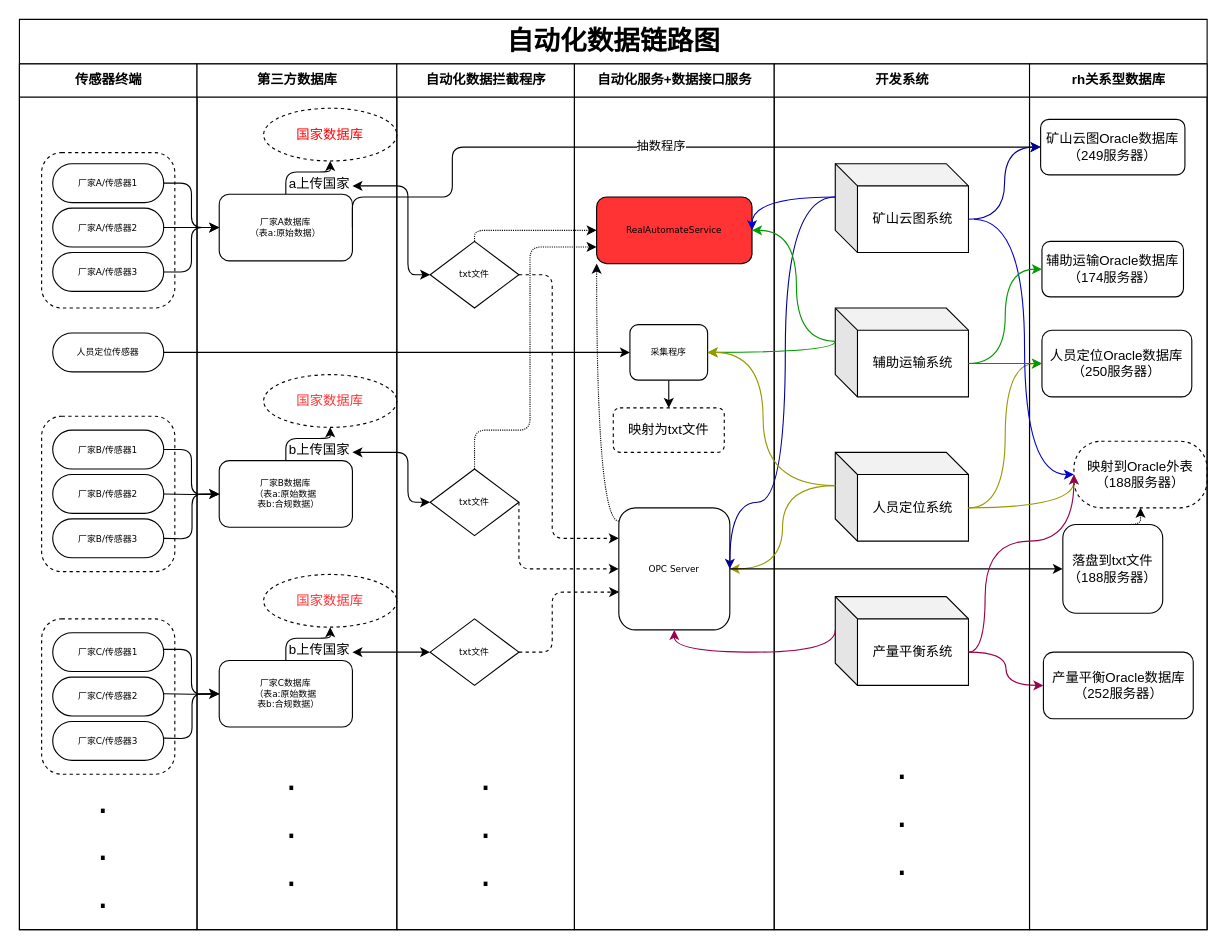
This is src/draw/自动化数据链路图.drawio from liulizhong/LearnAccumulate, a draw.io file, before an edit. Source tidied: cells renumbered, new cells numbered last; positions are measured from the earlier drawing's top-left corner, leaving out a move shared by most shapes. Both pictures are drawn from the tidied source at 111%, with x=0, y=0 at pixel (19, 19).
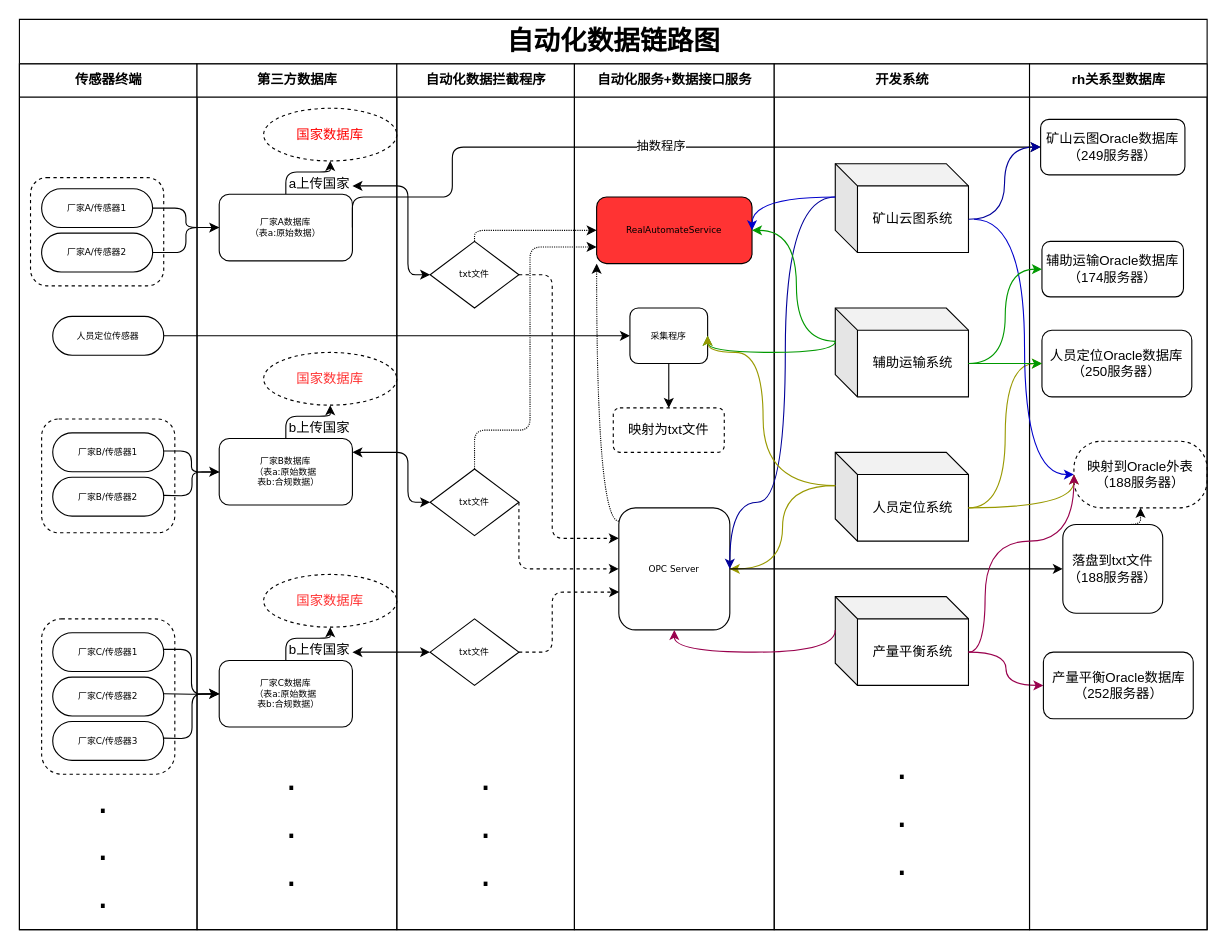
Above is the later version.

Commit message:
更新自动化数据链路图.drawio

The change refers to these unchanged cells:
```xml
<mxCell id="2" value="&lt;font style=&quot;font-size: 24px&quot;&gt;自动化数据链路图&lt;/font&gt;" style="swimlane;html=1;startSize=40;rounded=0;shadow=0;labelBackgroundColor=none;strokeWidth=1;fontFamily=Verdana;fontSize=8;align=center;fillColor=none;" parent="1" vertex="1">
  <mxGeometry width="1070" height="820" as="geometry" />
</mxCell>
<mxCell id="3" value="传感器终端" style="swimlane;html=1;startSize=30;" parent="2" vertex="1">
  <mxGeometry y="40" width="160" height="780" as="geometry" />
</mxCell>
<mxCell id="19" value="第三方数据库" style="swimlane;html=1;startSize=30;" parent="2" vertex="1">
  <mxGeometry x="160" y="40" width="180" height="780" as="geometry" />
</mxCell>
<mxCell id="21" value="厂家A数据库&lt;br&gt;（表a:原始数据）" style="rounded=1;whiteSpace=wrap;html=1;shadow=0;labelBackgroundColor=none;strokeWidth=1;fontFamily=Verdana;fontSize=8;align=center;" parent="19" vertex="1">
  <mxGeometry x="20" y="117.5" width="120" height="60" as="geometry" />
</mxCell>
<mxCell id="46" value="自动化服务+数据接口服务" style="swimlane;html=1;startSize=30;" parent="2" vertex="1">
  <mxGeometry x="500" y="40" width="180" height="780" as="geometry" />
</mxCell>
```

The edit, as a diff of the source:
```diff
@@
     <mxCell id="4" style="rounded=1;whiteSpace=wrap;html=1;shadow=0;fillColor=none;dashed=1;" parent="3" vertex="1">
-      <mxGeometry x="20" y="80" width="120" height="140" as="geometry" />
+      <mxGeometry x="10" y="102.5" width="120" height="97.5" as="geometry" />
     </mxCell>
     <mxCell id="5" style="rounded=1;whiteSpace=wrap;html=1;shadow=0;fillColor=none;dashed=1;" parent="3" vertex="1">
-      <mxGeometry x="20" y="317.5" width="120" height="140" as="geometry" />
+      <mxGeometry x="20" y="320" width="120" height="102.5" as="geometry" />
     </mxCell>
     <mxCell id="6" value="厂家A/传感器1" style="rounded=1;whiteSpace=wrap;html=1;shadow=0;labelBackgroundColor=none;strokeWidth=1;fontFamily=Verdana;fontSize=8;align=center;arcSize=50;" parent="3" vertex="1">
-      <mxGeometry x="30" y="90" width="100" height="35" as="geometry" />
+      <mxGeometry x="20" y="112.5" width="100" height="35" as="geometry" />
     </mxCell>
     <mxCell id="7" value="厂家A/传感器2" style="rounded=1;whiteSpace=wrap;html=1;shadow=0;labelBackgroundColor=none;strokeWidth=1;fontFamily=Verdana;fontSize=8;align=center;arcSize=50;" parent="3" vertex="1">
-      <mxGeometry x="30" y="130" width="100" height="35" as="geometry" />
+      <mxGeometry x="20" y="152.5" width="100" height="35" as="geometry" />
     </mxCell>
-    <mxCell id="8" value="厂家A/传感器3" style="rounded=1;whiteSpace=wrap;html=1;shadow=0;labelBackgroundColor=none;strokeWidth=1;fontFamily=Verdana;fontSize=8;align=center;arcSize=50;" parent="3" vertex="1">
-      <mxGeometry x="30" y="170" width="100" height="35" as="geometry" />
-    </mxCell>
     <mxCell id="9" value="厂家B/传感器1" style="rounded=1;whiteSpace=wrap;html=1;shadow=0;labelBackgroundColor=none;strokeWidth=1;fontFamily=Verdana;fontSize=8;align=center;arcSize=50;" parent="3" vertex="1">
-      <mxGeometry x="30" y="330" width="100" height="35" as="geometry" />
+      <mxGeometry x="30" y="332.5" width="100" height="35" as="geometry" />
     </mxCell>
     <mxCell id="10" value="厂家B/传感器2" style="rounded=1;whiteSpace=wrap;html=1;shadow=0;labelBackgroundColor=none;strokeWidth=1;fontFamily=Verdana;fontSize=8;align=center;arcSize=50;" parent="3" vertex="1">
-      <mxGeometry x="30" y="370" width="100" height="35" as="geometry" />
+      <mxGeometry x="30" y="372.5" width="100" height="35" as="geometry" />
     </mxCell>
-    <mxCell id="11" value="厂家B/传感器3" style="rounded=1;whiteSpace=wrap;html=1;shadow=0;labelBackgroundColor=none;strokeWidth=1;fontFamily=Verdana;fontSize=8;align=center;arcSize=50;" parent="3" vertex="1">
-      <mxGeometry x="30" y="410" width="100" height="35" as="geometry" />
-    </mxCell>
@@
     <mxCell id="16" value="人员定位传感器" style="rounded=1;whiteSpace=wrap;html=1;shadow=0;labelBackgroundColor=none;strokeWidth=1;fontFamily=Verdana;fontSize=8;align=center;arcSize=50;" parent="3" vertex="1">
-      <mxGeometry x="30" y="242.5" width="100" height="35" as="geometry" />
+      <mxGeometry x="30" y="227.5" width="100" height="35" as="geometry" />
     </mxCell>
@@
-    <mxCell id="24" style="edgeStyle=orthogonalEdgeStyle;rounded=1;html=1;labelBackgroundColor=none;startArrow=none;startFill=0;startSize=5;endArrow=classicThin;endFill=1;endSize=5;jettySize=auto;strokeWidth=1;fontFamily=Verdana;fontSize=8;" parent="19" edge="1" target="26">
-      <mxGeometry relative="1" as="geometry">
-        <mxPoint x="-30" y="347.5" as="sourcePoint" />
-        <Array as="points">
-          <mxPoint x="-5" y="348" />
-          <mxPoint x="-5" y="388" />
-        </Array>
-      </mxGeometry>
-    </mxCell>
@@
     <mxCell id="26" value="厂家B数据库&lt;br&gt;（表a:原始数据&lt;br&gt;&amp;nbsp; 表b:合规数据）" style="rounded=1;whiteSpace=wrap;html=1;shadow=0;labelBackgroundColor=none;strokeWidth=1;fontFamily=Verdana;fontSize=8;align=center;" parent="19" vertex="1">
-      <mxGeometry x="20" y="357.5" width="120" height="60" as="geometry" />
+      <mxGeometry x="20" y="337.5" width="120" height="60" as="geometry" />
     </mxCell>
     <mxCell id="27" value="&lt;font color=&quot;#ff3333&quot;&gt;国家数据库&lt;/font&gt;" style="ellipse;whiteSpace=wrap;html=1;rounded=0;shadow=0;dashed=1;fillColor=none;" parent="19" vertex="1">
-      <mxGeometry x="60" y="280" width="120" height="47.5" as="geometry" />
+      <mxGeometry x="60" y="260" width="120" height="47.5" as="geometry" />
     </mxCell>
     <mxCell id="28" value="b上传国家" style="text;html=1;align=center;verticalAlign=middle;" parent="19" vertex="1">
-      <mxGeometry x="75" y="337.5" width="70" height="20" as="geometry" />
+      <mxGeometry x="75" y="317.5" width="70" height="20" as="geometry" />
     </mxCell>
-    <mxCell id="29" style="edgeStyle=orthogonalEdgeStyle;rounded=0;jettySize=auto;html=1;exitX=1;exitY=0.5;exitDx=0;exitDy=0;entryX=0;entryY=0.5;entryDx=0;entryDy=0;" parent="19" edge="1" target="26">
-      <mxGeometry relative="1" as="geometry">
-        <mxPoint x="-30" y="387.5" as="sourcePoint" />
-      </mxGeometry>
-    </mxCell>
-    <mxCell id="30" style="rounded=1;jettySize=auto;html=1;exitX=1;exitY=0.5;exitDx=0;exitDy=0;entryX=0;entryY=0.5;entryDx=0;entryDy=0;edgeStyle=orthogonalEdgeStyle;" parent="19" edge="1" target="26">
-      <mxGeometry relative="1" as="geometry">
-        <mxPoint x="-30" y="427.5" as="sourcePoint" />
-      </mxGeometry>
-    </mxCell>
@@
+    <mxCell id="24" style="edgeStyle=orthogonalEdgeStyle;rounded=1;html=1;labelBackgroundColor=none;startArrow=none;startFill=0;startSize=5;endArrow=classicThin;endFill=1;endSize=5;jettySize=auto;strokeWidth=1;fontFamily=Verdana;fontSize=8;exitX=1;exitY=0.5;exitDx=0;exitDy=0;" parent="2" edge="1" target="26">
+      <mxGeometry relative="1" as="geometry">
+        <mxPoint x="130" y="388.8" as="sourcePoint" />
+        <Array as="points">
+          <mxPoint x="155" y="389" />
+          <mxPoint x="155" y="408" />
+        </Array>
+      </mxGeometry>
+    </mxCell>
+    <mxCell id="29" style="edgeStyle=orthogonalEdgeStyle;rounded=1;jettySize=auto;html=1;exitX=1;exitY=0.5;exitDx=0;exitDy=0;entryX=0;entryY=0.5;entryDx=0;entryDy=0;" parent="2" edge="1" target="26">
+      <mxGeometry relative="1" as="geometry">
+        <mxPoint x="130" y="428.8" as="sourcePoint" />
+      </mxGeometry>
+    </mxCell>
@@
+    <mxCell id="77" style="edgeStyle=orthogonalEdgeStyle;curved=1;jettySize=auto;html=1;exitX=1;exitY=0.5;exitDx=0;exitDy=0;entryX=0;entryY=0.5;entryDx=0;entryDy=0;startArrow=none;startFill=0;endArrow=classic;endFill=1;" parent="2" edge="1" source="16" target="51">
+      <mxGeometry relative="1" as="geometry" />
+    </mxCell>
@@
     <mxCell id="51" value="采集程序" style="rounded=1;whiteSpace=wrap;html=1;shadow=0;labelBackgroundColor=none;strokeWidth=1;fontFamily=Verdana;fontSize=8;align=center;" parent="46" vertex="1">
-      <mxGeometry x="50" y="235" width="70" height="50" as="geometry" />
+      <mxGeometry x="50" y="220" width="70" height="50" as="geometry" />
     </mxCell>
@@
-    <mxCell id="59" style="edgeStyle=orthogonalEdgeStyle;rounded=0;jettySize=auto;html=1;exitX=1;exitY=0.5;exitDx=0;exitDy=0;entryX=0;entryY=0.5;entryDx=0;entryDy=0;" parent="2" edge="1" source="7" target="21">
+    <mxCell id="59" style="edgeStyle=orthogonalEdgeStyle;rounded=1;jettySize=auto;html=1;exitX=1;exitY=0.5;exitDx=0;exitDy=0;entryX=0;entryY=0.5;entryDx=0;entryDy=0;" parent="2" edge="1" source="7" target="21">
       <mxGeometry relative="1" as="geometry" />
     </mxCell>
-    <mxCell id="60" style="rounded=1;jettySize=auto;html=1;exitX=1;exitY=0.5;exitDx=0;exitDy=0;entryX=0;entryY=0.5;entryDx=0;entryDy=0;edgeStyle=orthogonalEdgeStyle;" parent="2" edge="1" source="8" target="21">
-      <mxGeometry relative="1" as="geometry" />
-    </mxCell>
@@
-    <mxCell id="77" style="edgeStyle=orthogonalEdgeStyle;curved=1;jettySize=auto;html=1;exitX=1;exitY=0.5;exitDx=0;exitDy=0;entryX=0;entryY=0.5;entryDx=0;entryDy=0;startArrow=none;startFill=0;endArrow=classic;endFill=1;" parent="2" edge="1" source="16" target="51">
-      <mxGeometry relative="1" as="geometry" />
-    </mxCell>
```
